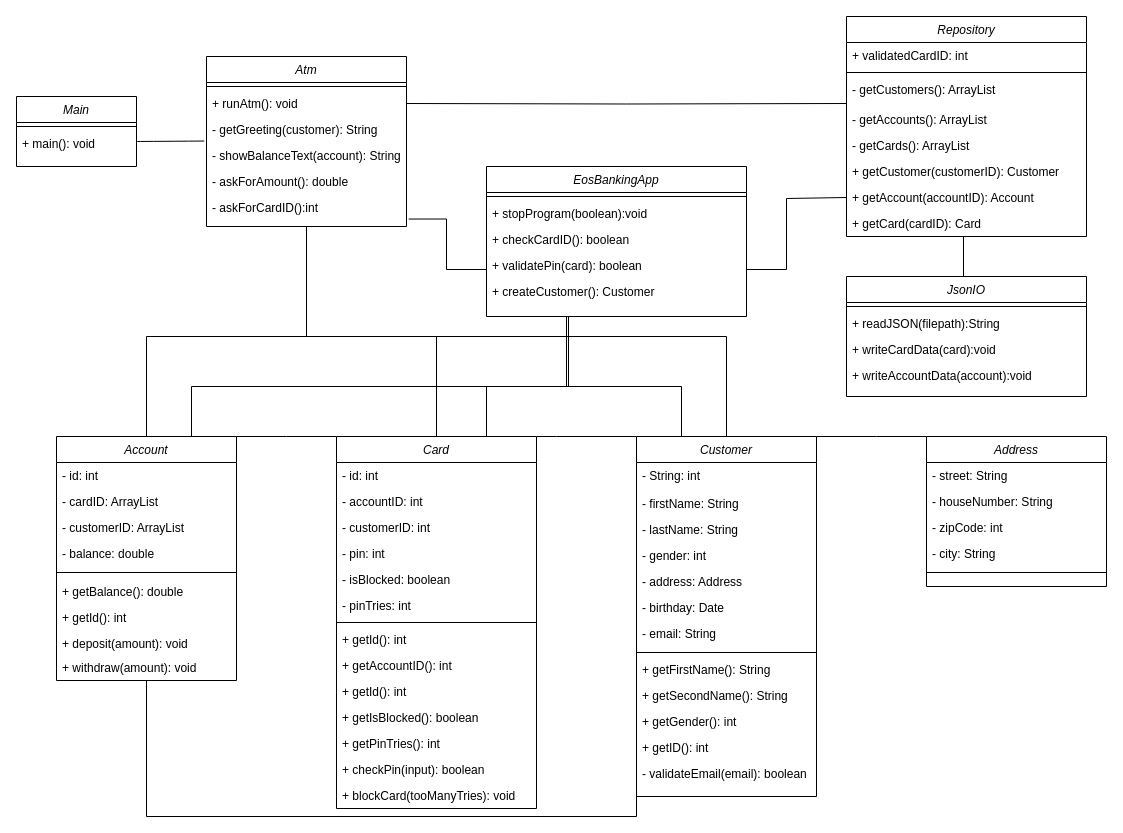
Before: Bankautomat_Diagramm.drawio in DanielAuerX/Bankautomat, a draw.io diagram. Source tidied: cells renumbered, new cells numbered last; positions are measured from the earlier drawing's top-left corner, leaving out a move shared by most shapes. Both pictures are drawn from the tidied source at 100%, with x=0, y=0 at pixel (16, 16).
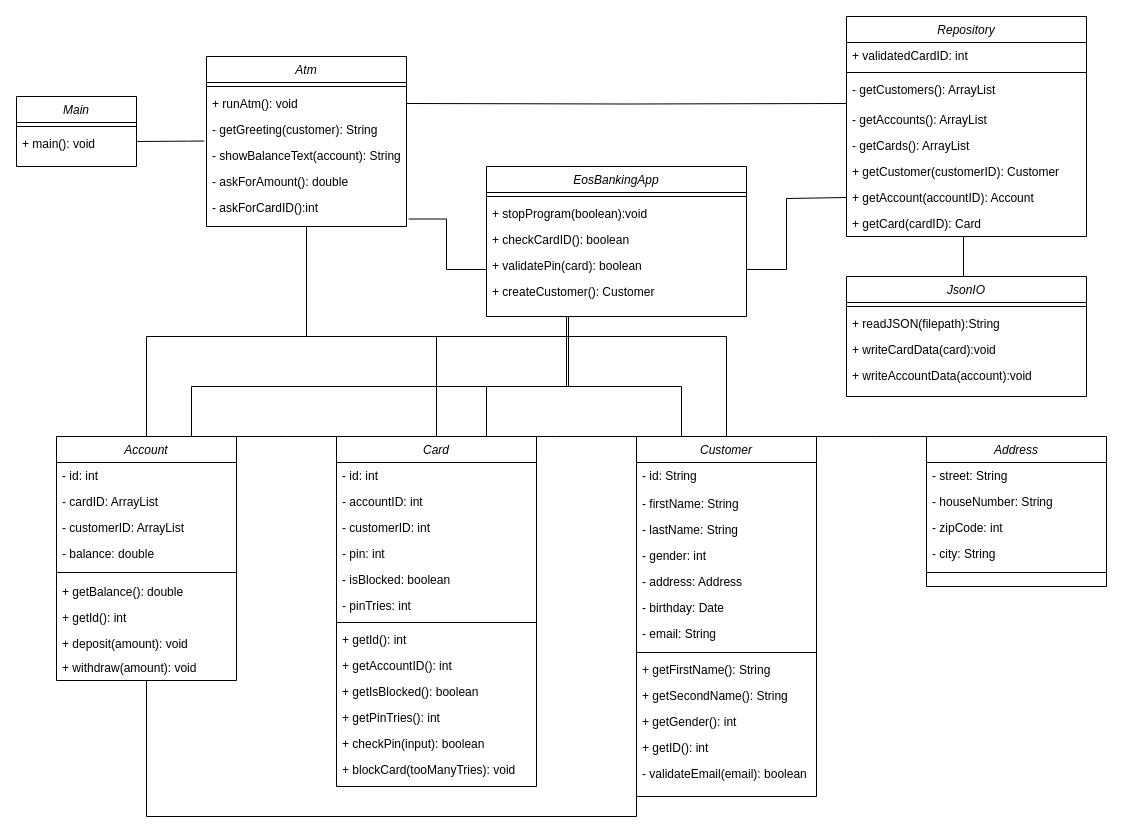
The same page after the edit.

The change refers to these unchanged cells:
```xml
<mxCell id="24" value="Customer" style="swimlane;fontStyle=2;align=center;verticalAlign=top;horizontal=1;startSize=26;rounded=0;shadow=0;strokeWidth=1;" parent="1" vertex="1">
  <mxGeometry x="620" y="420" width="180" height="360" as="geometry" />
</mxCell>
```

The edit, as a diff of the source:
```diff
@@
-    <mxCell id="25" value="- String: int" style="text;align=left;verticalAlign=top;spacingLeft=4;spacingRight=4;overflow=hidden;" parent="24" vertex="1">
+    <mxCell id="25" value="- id: String" style="text;align=left;verticalAlign=top;spacingLeft=4;spacingRight=4;overflow=hidden;" parent="24" vertex="1">
       <mxGeometry y="26" width="180" height="28" as="geometry" />
     </mxCell>
@@
     <mxCell id="58" value="Card" style="swimlane;fontStyle=2;align=center;verticalAlign=top;horizontal=1;startSize=26;rounded=0;shadow=0;strokeWidth=1;" parent="1" vertex="1">
-      <mxGeometry x="320" y="420" width="200" height="372" as="geometry" />
+      <mxGeometry x="320" y="420" width="200" height="350" as="geometry" />
     </mxCell>
@@
-    <mxCell id="68" value="+ getId(): int" style="text;align=left;verticalAlign=top;spacingLeft=4;spacingRight=4;overflow=hidden;" parent="58" vertex="1">
-      <mxGeometry y="242" width="200" height="26" as="geometry" />
-    </mxCell>
     <mxCell id="69" value="+ getIsBlocked(): boolean" style="text;align=left;verticalAlign=top;spacingLeft=4;spacingRight=4;overflow=hidden;" parent="58" vertex="1">
-      <mxGeometry y="268" width="200" height="26" as="geometry" />
+      <mxGeometry y="242" width="200" height="26" as="geometry" />
     </mxCell>
     <mxCell id="70" value="+ getPinTries(): int" style="text;align=left;verticalAlign=top;spacingLeft=4;spacingRight=4;overflow=hidden;" parent="58" vertex="1">
-      <mxGeometry y="294" width="200" height="26" as="geometry" />
+      <mxGeometry y="268" width="200" height="26" as="geometry" />
     </mxCell>
     <mxCell id="71" value="+ checkPin(input): boolean" style="text;align=left;verticalAlign=top;spacingLeft=4;spacingRight=4;overflow=hidden;" parent="58" vertex="1">
-      <mxGeometry y="320" width="200" height="26" as="geometry" />
+      <mxGeometry y="294" width="200" height="26" as="geometry" />
     </mxCell>
     <mxCell id="72" value="+ blockCard(tooManyTries): void" style="text;align=left;verticalAlign=top;spacingLeft=4;spacingRight=4;overflow=hidden;" parent="58" vertex="1">
-      <mxGeometry y="346" width="200" height="26" as="geometry" />
+      <mxGeometry y="320" width="200" height="26" as="geometry" />
     </mxCell>
```
